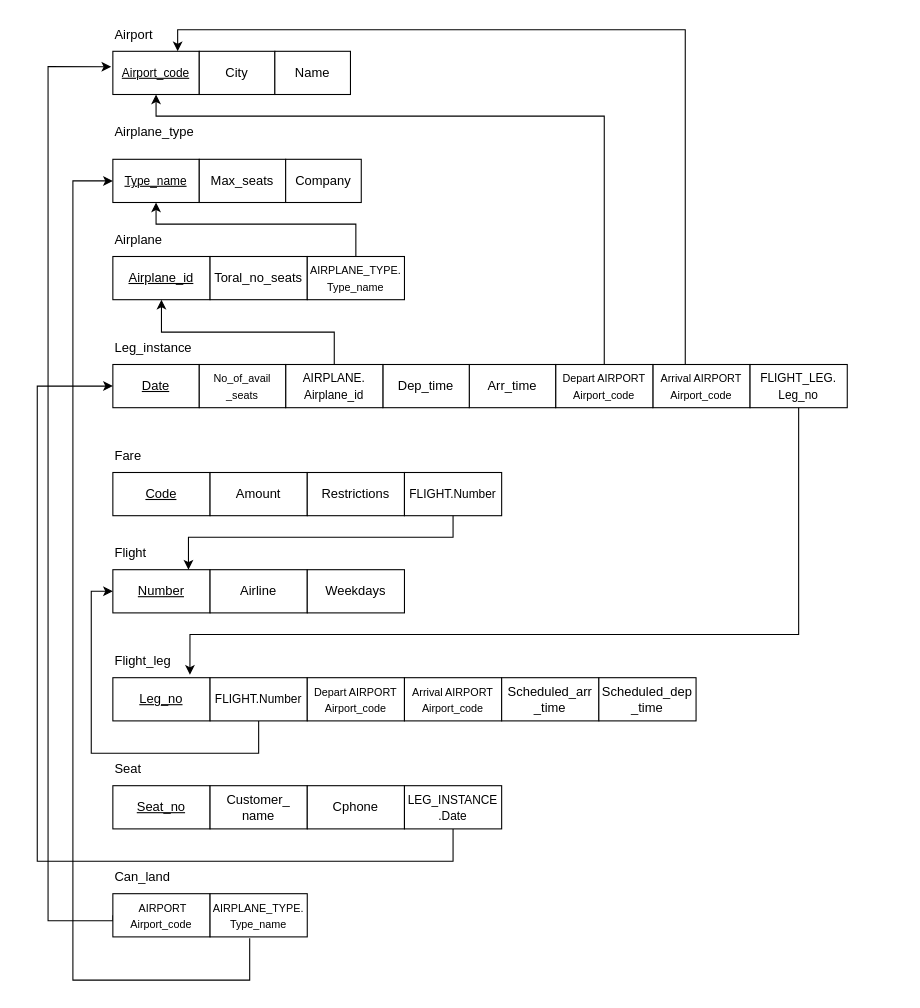
This is Guião3/ex3_2c.drawio from rtavares018/BD, a draw.io file, before an edit. Source tidied: cells renumbered, new cells numbered last; positions are measured from the earlier drawing's top-left corner, leaving out a move shared by most shapes. Both pictures are drawn from the tidied source at 108%, with x=0, y=0 at pixel (37, 18).
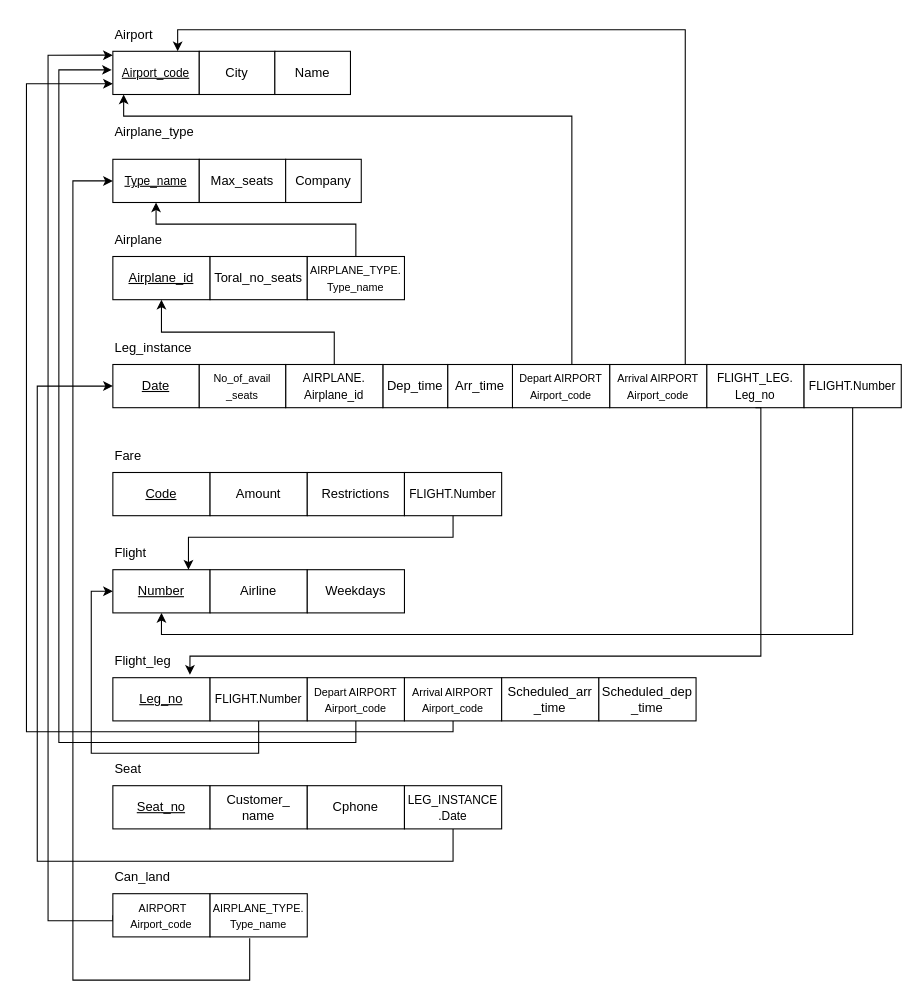
The same page after the edit.

The change refers to these unchanged cells:
```xml
<mxCell id="2" value="&lt;font style=&quot;font-size: 11px;&quot;&gt;&lt;u&gt;Airport_code&lt;/u&gt;&lt;/font&gt;" style="whiteSpace=wrap;html=1;align=center;" parent="1" vertex="1">
  <mxGeometry x="70" y="30" width="80" height="40" as="geometry" />
</mxCell>
<mxCell id="32" value="&lt;u&gt;Number&lt;/u&gt;" style="whiteSpace=wrap;html=1;align=center;" parent="1" vertex="1">
  <mxGeometry x="70" y="510" width="90" height="40" as="geometry" />
</mxCell>
<mxCell id="36" value="Flight_leg" style="text;html=1;align=left;verticalAlign=middle;whiteSpace=wrap;rounded=0;" parent="1" vertex="1">
  <mxGeometry x="70" y="580" width="80" height="30" as="geometry" />
</mxCell>
<mxCell id="39" value="&lt;font style=&quot;font-size: 10px;&quot;&gt;Depart AIRPORT&lt;br&gt;Airport_code&lt;/font&gt;" style="whiteSpace=wrap;html=1;align=center;" parent="1" vertex="1">
  <mxGeometry x="250" y="610" width="90" height="40" as="geometry" />
</mxCell>
<mxCell id="40" value="&lt;span style=&quot;font-size: 10px;&quot;&gt;Arrival AIRPORT&lt;/span&gt;&lt;br style=&quot;font-size: 10px;&quot;&gt;&lt;span style=&quot;font-size: 10px;&quot;&gt;Airport_code&lt;/span&gt;" style="whiteSpace=wrap;html=1;align=center;" parent="1" vertex="1">
  <mxGeometry x="340" y="610" width="90" height="40" as="geometry" />
</mxCell>
<mxCell id="51" value="&lt;font style=&quot;font-size: 10px;&quot;&gt;&amp;nbsp;AIRPORT&lt;br&gt;Airport_code&lt;/font&gt;" style="whiteSpace=wrap;html=1;align=center;" parent="1" vertex="1">
  <mxGeometry x="70" y="810" width="90" height="40" as="geometry" />
</mxCell>
```

Change to the diagram source:
```diff
@@
     <mxCell id="17" value="&lt;span style=&quot;font-size: 10px;&quot;&gt;Arrival AIRPORT&lt;/span&gt;&lt;br style=&quot;font-size: 10px;&quot;&gt;&lt;span style=&quot;font-size: 10px;&quot;&gt;Airport_code&lt;/span&gt;" style="whiteSpace=wrap;html=1;align=center;" parent="1" vertex="1">
-      <mxGeometry x="570" y="320" width="90" height="40" as="geometry" />
+      <mxGeometry x="530" y="320" width="90" height="40" as="geometry" />
     </mxCell>
-    <mxCell id="18" style="edgeStyle=orthogonalEdgeStyle;rounded=0;jettySize=auto;html=1;entryX=0.5;entryY=1;entryDx=0;entryDy=0;" parent="1" edge="1" source="19" target="2">
+    <mxCell id="18" style="edgeStyle=orthogonalEdgeStyle;rounded=0;orthogonalLoop=1;jettySize=auto;html=1;entryX=0.5;entryY=1;entryDx=0;entryDy=0;" parent="1" edge="1">
       <mxGeometry relative="1" as="geometry">
+        <mxPoint x="495" y="320" as="sourcePoint" />
+        <mxPoint x="80" y="70" as="targetPoint" />
         <Array as="points">
-          <mxPoint x="525" y="90" />
-          <mxPoint x="110" y="90" />
+          <mxPoint x="495" y="90" />
+          <mxPoint x="80" y="90" />
         </Array>
       </mxGeometry>
     </mxCell>
     <mxCell id="19" value="&lt;font style=&quot;font-size: 10px;&quot;&gt;Depart AIRPORT&lt;br&gt;Airport_code&lt;/font&gt;" style="whiteSpace=wrap;html=1;align=center;" parent="1" vertex="1">
-      <mxGeometry x="480" y="320" width="90" height="40" as="geometry" />
+      <mxGeometry x="440" y="320" width="90" height="40" as="geometry" />
     </mxCell>
     <mxCell id="20" value="Arr_time" style="whiteSpace=wrap;html=1;align=center;" parent="1" vertex="1">
-      <mxGeometry x="400" y="320" width="80" height="40" as="geometry" />
+      <mxGeometry x="380" y="320" width="60" height="40" as="geometry" />
     </mxCell>
     <mxCell id="21" value="Dep_time" style="whiteSpace=wrap;html=1;align=center;" parent="1" vertex="1">
-      <mxGeometry x="320" y="320" width="80" height="40" as="geometry" />
+      <mxGeometry x="320" y="320" width="60" height="40" as="geometry" />
     </mxCell>
@@
     <mxCell id="25" value="&lt;font style=&quot;font-size: 11px;&quot;&gt;FLIGHT_LEG.&lt;br&gt;Leg_no&lt;/font&gt;" style="whiteSpace=wrap;html=1;align=center;" parent="1" vertex="1">
-      <mxGeometry x="660" y="320" width="90" height="40" as="geometry" />
+      <mxGeometry x="620" y="320" width="90" height="40" as="geometry" />
     </mxCell>
@@
+    <mxCell id="57" style="edgeStyle=orthogonalEdgeStyle;rounded=0;jettySize=auto;html=1;entryX=-0.012;entryY=0.43;entryDx=0;entryDy=0;exitX=0.5;exitY=1;exitDx=0;exitDy=0;entryPerimeter=0;" parent="1" edge="1" source="39" target="2">
+      <mxGeometry relative="1" as="geometry">
+        <Array as="points">
+          <mxPoint x="295" y="670" />
+          <mxPoint x="20" y="670" />
+          <mxPoint x="20" y="47" />
+        </Array>
+      </mxGeometry>
+    </mxCell>
@@
+    <mxCell id="58" style="edgeStyle=orthogonalEdgeStyle;rounded=0;jettySize=auto;html=1;entryX=0;entryY=0.75;entryDx=0;entryDy=0;exitX=0.5;exitY=1;exitDx=0;exitDy=0;" parent="1" edge="1" source="40" target="2">
+      <mxGeometry relative="1" as="geometry">
+        <Array as="points">
+          <mxPoint x="385" y="660" />
+          <mxPoint x="-10" y="660" />
+          <mxPoint x="-10" y="60" />
+        </Array>
+      </mxGeometry>
+    </mxCell>
@@
-    <mxCell id="50" style="edgeStyle=orthogonalEdgeStyle;rounded=0;jettySize=auto;html=1;entryX=-0.019;entryY=0.356;entryDx=0;entryDy=0;entryPerimeter=0;exitX=0;exitY=0.5;exitDx=0;exitDy=0;" parent="1" edge="1" source="51" target="2">
+    <mxCell id="50" style="edgeStyle=orthogonalEdgeStyle;rounded=0;jettySize=auto;html=1;entryX=-0.001;entryY=0.089;entryDx=0;entryDy=0;entryPerimeter=0;exitX=0;exitY=0.5;exitDx=0;exitDy=0;" parent="1" edge="1" source="51" target="2">
       <mxGeometry relative="1" as="geometry">
         <Array as="points">
           <mxPoint x="70" y="835" />
           <mxPoint x="10" y="835" />
-          <mxPoint x="10" y="44" />
+          <mxPoint x="10" y="34" />
+          <mxPoint x="70" y="34" />
         </Array>
       </mxGeometry>
     </mxCell>
@@
-    <mxCell id="56" style="edgeStyle=orthogonalEdgeStyle;rounded=0;jettySize=auto;html=1;entryX=0.892;entryY=0.911;entryDx=0;entryDy=0;entryPerimeter=0;" parent="1" edge="1" source="25" target="36">
+    <mxCell id="56" style="edgeStyle=orthogonalEdgeStyle;rounded=0;jettySize=auto;html=1;entryX=0.892;entryY=0.911;entryDx=0;entryDy=0;entryPerimeter=0;exitX=0.5;exitY=1;exitDx=0;exitDy=0;" parent="1" edge="1" source="25" target="36">
       <mxGeometry relative="1" as="geometry">
         <Array as="points">
-          <mxPoint x="705" y="570" />
-          <mxPoint x="141" y="570" />
+          <mxPoint x="670" y="360" />
+          <mxPoint x="670" y="590" />
+          <mxPoint x="141" y="590" />
         </Array>
       </mxGeometry>
     </mxCell>
+    <mxCell id="59" style="edgeStyle=orthogonalEdgeStyle;rounded=0;jettySize=auto;html=1;entryX=0.5;entryY=1;entryDx=0;entryDy=0;" parent="1" edge="1" source="60" target="32">
+      <mxGeometry relative="1" as="geometry">
+        <Array as="points">
+          <mxPoint x="755" y="570" />
+          <mxPoint x="115" y="570" />
+        </Array>
+      </mxGeometry>
+    </mxCell>
+    <mxCell id="60" value="&lt;font style=&quot;font-size: 11px;&quot;&gt;FLIGHT.Number&lt;/font&gt;" style="whiteSpace=wrap;html=1;align=center;" parent="1" vertex="1">
+      <mxGeometry x="710" y="320" width="90" height="40" as="geometry" />
+    </mxCell>
```
